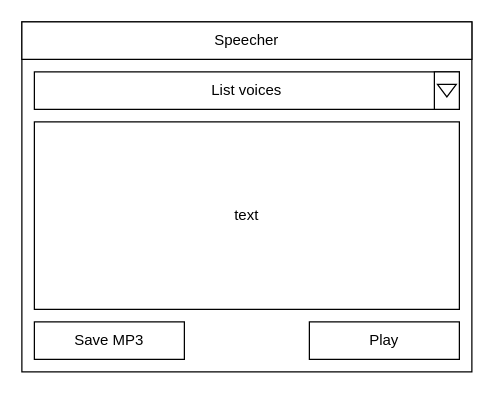
Above: design/speecher.dio in moixllik/tools-rust (draw.io), before the change. Source tidied: cells renumbered, new cells numbered last; positions are measured from the earlier drawing's top-left corner, leaving out a move shared by most shapes. Both pictures are drawn from the tidied source at 125%, with x=0, y=0 at pixel (21, 21).
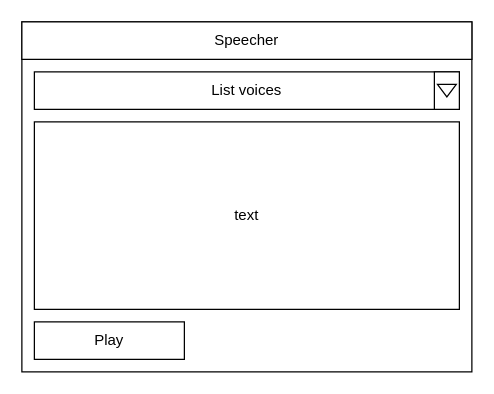
After the change.

What changed in the source:
```diff
@@
 <mxGraphModel>
   <root>
     <mxCell id="0" />
     <mxCell id="1" parent="0" />
     <mxCell id="2" style="rounded=0;whiteSpace=wrap;html=1;" parent="1" vertex="1">
       <mxGeometry width="360" height="280" as="geometry" />
     </mxCell>
     <mxCell id="3" value="Speecher" style="rounded=0;whiteSpace=wrap;html=1;" parent="1" vertex="1">
       <mxGeometry width="360" height="30" as="geometry" />
     </mxCell>
     <mxCell id="4" value="List voices" style="rounded=0;whiteSpace=wrap;html=1;" parent="1" vertex="1">
       <mxGeometry x="10" y="40" width="340" height="30" as="geometry" />
     </mxCell>
     <mxCell id="5" style="rounded=0;whiteSpace=wrap;html=1;" parent="1" vertex="1">
       <mxGeometry x="330" y="40" width="20" height="30" as="geometry" />
     </mxCell>
     <mxCell id="6" value="text" style="rounded=0;whiteSpace=wrap;html=1;" parent="1" vertex="1">
       <mxGeometry x="10" y="80" width="340" height="150" as="geometry" />
     </mxCell>
-    <mxCell id="7" value="Save MP3" style="rounded=0;whiteSpace=wrap;html=1;" parent="1" vertex="1">
+    <mxCell id="7" value="Play" style="rounded=0;whiteSpace=wrap;html=1;" parent="1" vertex="1">
       <mxGeometry x="10" y="240" width="120" height="30" as="geometry" />
     </mxCell>
-    <mxCell id="8" value="Play" style="rounded=0;whiteSpace=wrap;html=1;" parent="1" vertex="1">
-      <mxGeometry x="230" y="240" width="120" height="30" as="geometry" />
-    </mxCell>
     <mxCell id="9" style="triangle;whiteSpace=wrap;html=1;rotation=90;" parent="1" vertex="1">
       <mxGeometry x="335" y="47.5" width="10" height="15" as="geometry" />
     </mxCell>
   </root>
 </mxGraphModel>
```
